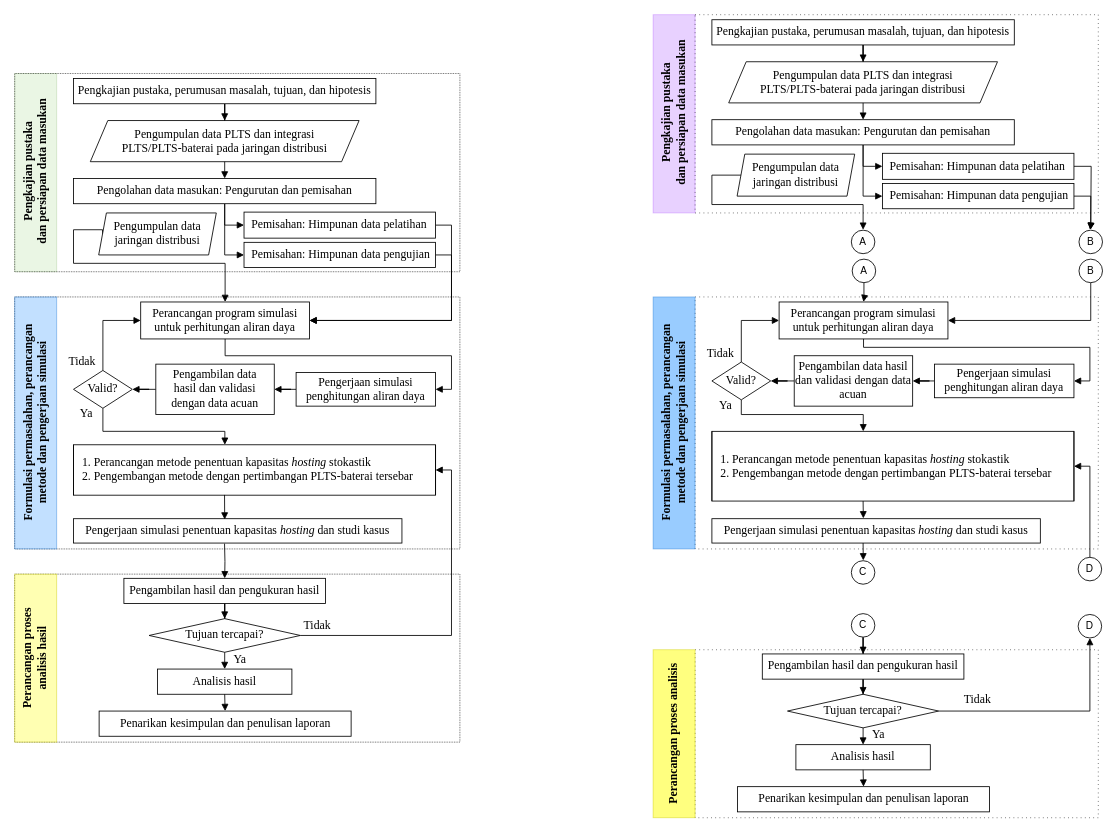
Above: before figure/fcpenelitian.drawio in wijayayatmaja/disertasidoktordtetiugm (draw.io), before the change. Source tidied: cells renumbered, new cells numbered last; positions are measured from the earlier drawing's top-left corner, leaving out a move shared by most shapes. Both pictures are drawn from the tidied source at 84%, with x=0, y=0 at pixel (-70, 14).
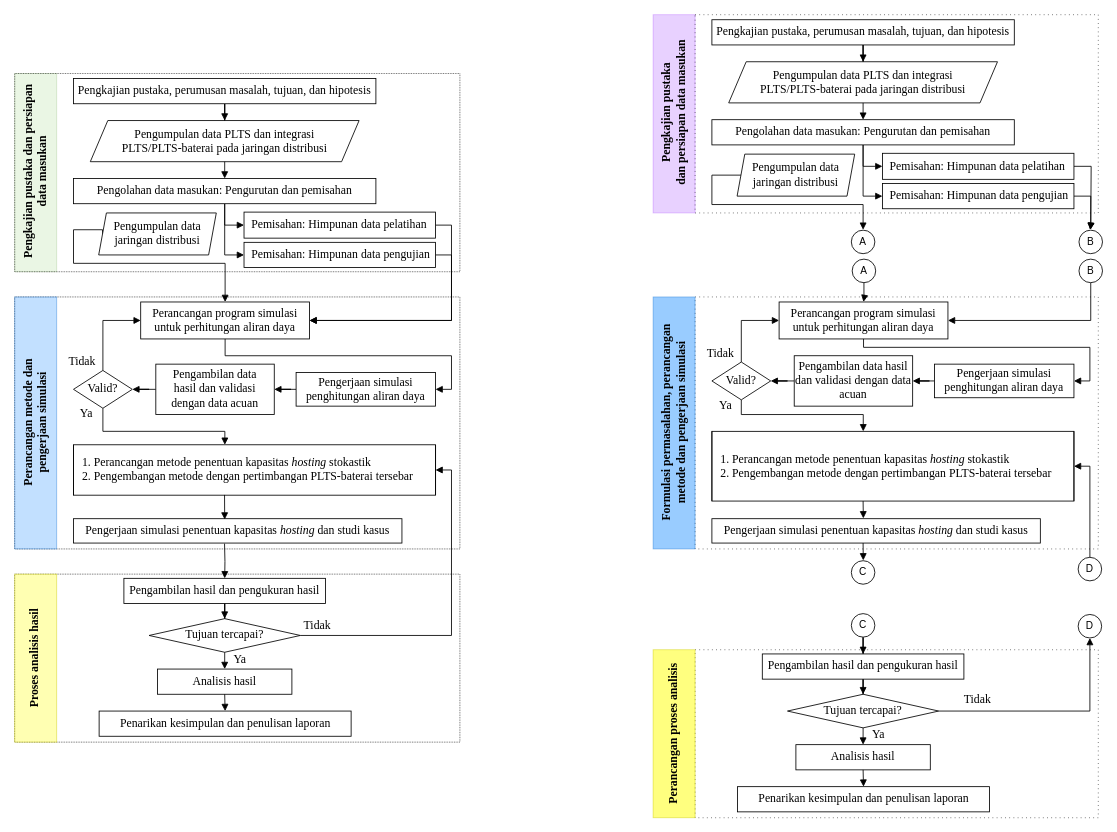
The same page after the edit.

The edit, as a diff of the source:
```diff
@@
-    <mxCell id="27" value="Perancangan proses&lt;br&gt;analisis hasil" style="text;html=1;align=center;verticalAlign=middle;fontSize=14;fontFamily=Times New Roman;direction=west;rotation=270;fontStyle=1;" parent="1" vertex="1">
-      <mxGeometry x="54.5" y="747" width="140" height="40" as="geometry" />
+    <mxCell id="27" value="Proses analisis hasil" style="text;html=1;align=center;verticalAlign=middle;fontSize=14;fontFamily=Times New Roman;direction=west;rotation=270;fontStyle=1;" parent="1" vertex="1">
+      <mxGeometry x="59.5" y="757" width="130" height="20" as="geometry" />
     </mxCell>
-    <mxCell id="28" value="Formulasi permasalahan, perancangan&lt;br&gt;metode dan pengerjaan simulasi" style="text;html=1;align=center;verticalAlign=middle;fontSize=14;fontFamily=Times New Roman;direction=west;rotation=270;fontStyle=1;" parent="1" vertex="1">
-      <mxGeometry y="466" width="250" height="40" as="geometry" />
+    <mxCell id="28" value="Perancangan metode dan&lt;br&gt;pengerjaan simulasi" style="text;html=1;align=center;verticalAlign=middle;fontSize=14;fontFamily=Times New Roman;direction=west;rotation=270;fontStyle=1;" parent="1" vertex="1">
+      <mxGeometry x="40" y="466" width="170" height="40" as="geometry" />
     </mxCell>
-    <mxCell id="29" value="Pengkajian pustaka&lt;br&gt;dan persiapan data masukan" style="text;html=1;align=center;verticalAlign=middle;fontSize=14;fontFamily=Times New Roman;direction=west;rotation=270;fontStyle=1;" parent="1" vertex="1">
-      <mxGeometry x="29.5" y="167.5" width="190" height="40" as="geometry" />
+    <mxCell id="29" value="Pengkajian pustaka dan persiapan&lt;br&gt;data masukan" style="text;html=1;align=center;verticalAlign=middle;fontSize=14;fontFamily=Times New Roman;direction=west;rotation=270;fontStyle=1;" parent="1" vertex="1">
+      <mxGeometry x="14.5" y="167.5" width="220" height="40" as="geometry" />
     </mxCell>
```
